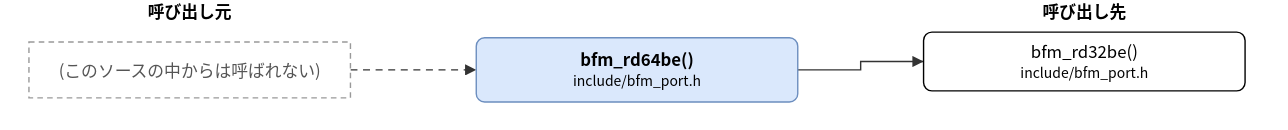
Earlier version of the draw.io export doc/spec/images/call_include_bfm_port-bfm_rd64be.drawio.svg (hf355051012-ai/bfmem). Source tidied: cells renumbered, new cells last; positions are measured from the earlier drawing's top-left corner, leaving out a move shared by most shapes.
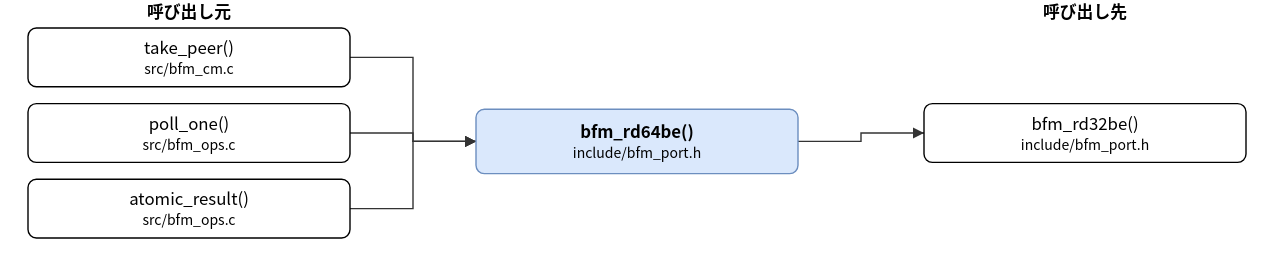
The same diagram one commit later.

Diff of the diagram source:
```diff
@@ -3,25 +3,52 @@
     <mxCell id="0" />
     <mxCell id="1" parent="0" />
     <mxCell id="2" value="bfm_rd64be()&lt;br&gt;&lt;font style=&quot;font-size:10px&quot;&gt;include/bfm_port.h&lt;/font&gt;" style="rounded=1;whiteSpace=wrap;html=1;fillColor=#dae8fc;strokeColor=#6c8ebf;fontStyle=1;" parent="1" vertex="1">
-      <mxGeometry x="320" y="27" width="230" height="46" as="geometry" />
+      <mxGeometry x="320" y="78" width="230" height="46" as="geometry" />
     </mxCell>
+    <mxCell id="4" value="take_peer()&lt;br&gt;&lt;font style=&quot;font-size:10px&quot;&gt;src/bfm_cm.c&lt;/font&gt;" style="rounded=1;whiteSpace=wrap;html=1;" parent="1" vertex="1">
+      <mxGeometry y="20" width="230" height="42" as="geometry" />
+    </mxCell>
+    <mxCell id="9" value="poll_one()&lt;br&gt;&lt;font style=&quot;font-size:10px&quot;&gt;src/bfm_ops.c&lt;/font&gt;" style="rounded=1;whiteSpace=wrap;html=1;" parent="1" vertex="1">
+      <mxGeometry y="74" width="230" height="42" as="geometry" />
+    </mxCell>
+    <mxCell id="10" value="atomic_result()&lt;br&gt;&lt;font style=&quot;font-size:10px&quot;&gt;src/bfm_ops.c&lt;/font&gt;" style="rounded=1;whiteSpace=wrap;html=1;" parent="1" vertex="1">
+      <mxGeometry y="128" width="230" height="42" as="geometry" />
+    </mxCell>
     <mxCell id="3" value="bfm_rd32be()&lt;br&gt;&lt;font style=&quot;font-size:10px&quot;&gt;include/bfm_port.h&lt;/font&gt;" style="rounded=1;whiteSpace=wrap;html=1;" parent="1" vertex="1">
-      <mxGeometry x="640" y="23" width="230" height="42" as="geometry" />
+      <mxGeometry x="640" y="74" width="230" height="42" as="geometry" />
     </mxCell>
-    <mxCell id="4" value="(このソースの中からは呼ばれない)" style="rounded=0;whiteSpace=wrap;html=1;dashed=1;strokeColor=#999999;fontColor=#555555;dashed=1;" parent="1" vertex="1">
-      <mxGeometry y="30" width="230" height="40" as="geometry" />
-    </mxCell>
-    <mxCell id="5" style="edgeStyle=none;html=1;rounded=0;endArrow=block;endFill=1;exitX=1.0000;exitY=0.5000;exitDx=0;exitDy=0;exitPerimeter=0;entryX=0.0000;entryY=0.5000;entryDx=0;entryDy=0;entryPerimeter=0;" parent="1" edge="1" source="2" target="3">
+    <mxCell id="5" style="edgeStyle=none;html=1;rounded=0;endArrow=block;endFill=1;exitX=1.0000;exitY=0.5000;exitDx=0;exitDy=0;exitPerimeter=0;entryX=0.0000;entryY=0.5000;entryDx=0;entryDy=0;entryPerimeter=0;" parent="1" edge="1" source="4" target="2">
       <mxGeometry relative="1" as="geometry">
         <Array as="points">
-          <mxPoint x="595" y="50" />
-          <mxPoint x="595" y="44" />
+          <mxPoint x="275" y="41" />
+          <mxPoint x="275" y="101" />
         </Array>
       </mxGeometry>
     </mxCell>
-    <mxCell id="6" style="edgeStyle=none;html=1;rounded=0;endArrow=block;endFill=1;exitX=1.0000;exitY=0.5000;exitDx=0;exitDy=0;exitPerimeter=0;entryX=0.0000;entryY=0.5000;entryDx=0;entryDy=0;entryPerimeter=0;dashed=1;" parent="1" edge="1" source="4" target="2">
-      <mxGeometry relative="1" as="geometry" />
+    <mxCell id="6" style="edgeStyle=none;html=1;rounded=0;endArrow=block;endFill=1;exitX=1.0000;exitY=0.5000;exitDx=0;exitDy=0;exitPerimeter=0;entryX=0.0000;entryY=0.5000;entryDx=0;entryDy=0;entryPerimeter=0;" parent="1" edge="1" source="9" target="2">
+      <mxGeometry relative="1" as="geometry">
+        <Array as="points">
+          <mxPoint x="275" y="95" />
+          <mxPoint x="275" y="101" />
+        </Array>
+      </mxGeometry>
     </mxCell>
+    <mxCell id="11" style="edgeStyle=none;html=1;rounded=0;endArrow=block;endFill=1;exitX=1.0000;exitY=0.5000;exitDx=0;exitDy=0;exitPerimeter=0;entryX=0.0000;entryY=0.5000;entryDx=0;entryDy=0;entryPerimeter=0;" parent="1" edge="1" source="10" target="2">
+      <mxGeometry relative="1" as="geometry">
+        <Array as="points">
+          <mxPoint x="275" y="149" />
+          <mxPoint x="275" y="101" />
+        </Array>
+      </mxGeometry>
+    </mxCell>
+    <mxCell id="12" style="edgeStyle=none;html=1;rounded=0;endArrow=block;endFill=1;exitX=1.0000;exitY=0.5000;exitDx=0;exitDy=0;exitPerimeter=0;entryX=0.0000;entryY=0.5000;entryDx=0;entryDy=0;entryPerimeter=0;" parent="1" edge="1" source="2" target="3">
+      <mxGeometry relative="1" as="geometry">
+        <Array as="points">
+          <mxPoint x="595" y="101" />
+          <mxPoint x="595" y="95" />
+        </Array>
+      </mxGeometry>
+    </mxCell>
     <mxCell id="7" value="呼び出し元" style="text;html=1;align=center;fontStyle=1;" parent="1" vertex="1">
       <mxGeometry x="35" width="160" height="18" as="geometry" />
     </mxCell>
```
